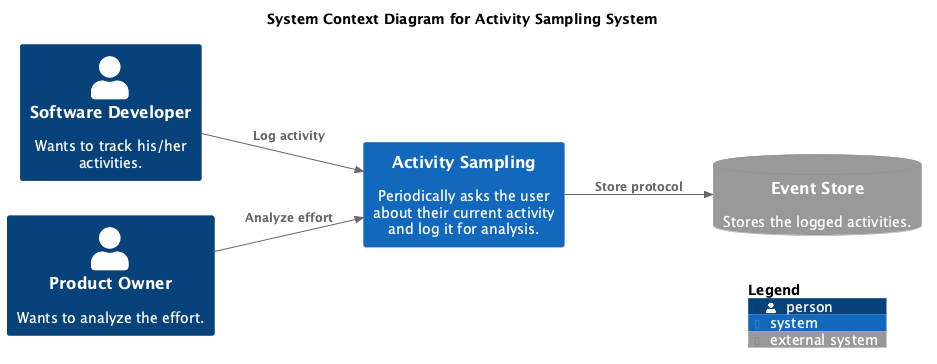
The PlantUML diagram doc/images/business-context.png in falkoschumann/activity-sampling, before a commit. The source it was exported from:
```plantuml
@startuml
!include https://raw.githubusercontent.com/plantuml-stdlib/C4-PlantUML/master/C4_Context.puml

LAYOUT_LEFT_RIGHT()

title "System Context Diagram for Activity Sampling System"

Person(softwareDeveloper, "Software Developer", "Wants to track his/her activities.")
Person(productOwner, "Product Owner", "Wants to analyze the effort.")

System(activitySampling, "Activity Sampling", "Periodically asks the user about their current activity and log it for analysis.")

SystemDb_Ext(eventStore, "Event Store", "Stores the logged activities.")

Rel(softwareDeveloper, activitySampling, "Log activity")
Rel(productOwner, activitySampling, "Analyze effort")
Rel(activitySampling, eventStore, "Store protocol")

SHOW_FLOATING_LEGEND()
Lay_Left(LEGEND(), eventStore)
@enduml
```
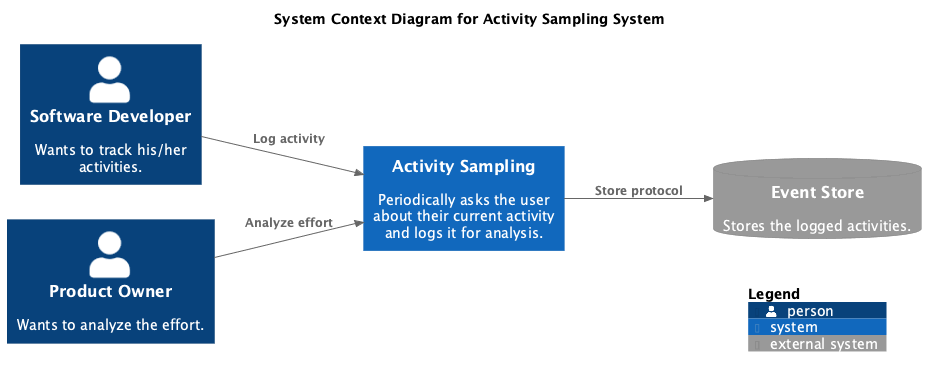
The same file after the commit.

What changed in the source:
```diff
@@ -8,7 +8,7 @@
 Person(softwareDeveloper, "Software Developer", "Wants to track his/her activities.")
 Person(productOwner, "Product Owner", "Wants to analyze the effort.")
 
-System(activitySampling, "Activity Sampling", "Periodically asks the user about their current activity and log it for analysis.")
+System(activitySampling, "Activity Sampling", "Periodically asks the user about their current activity and logs it for analysis.")
 
 SystemDb_Ext(eventStore, "Event Store", "Stores the logged activities.")
 
```
